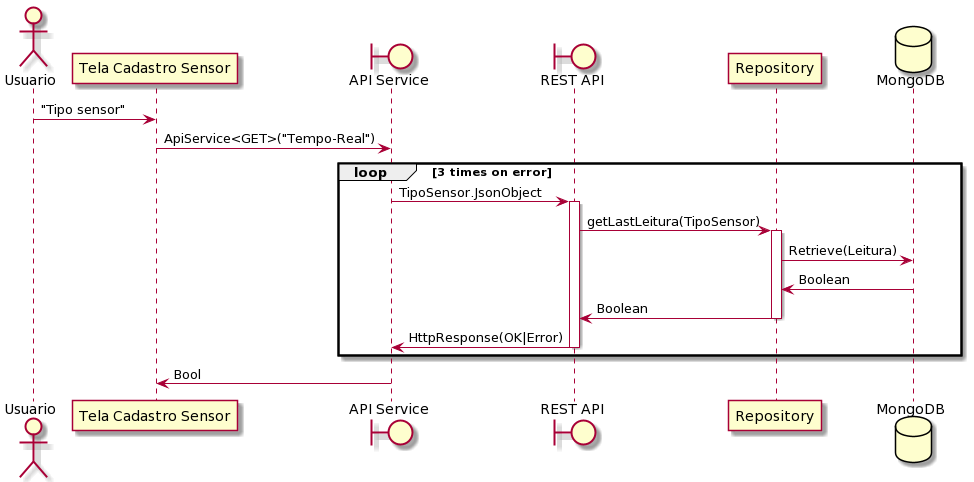
Above: public_html/grupo-06/diagrama-de-sequencia/exibirUltimoValorSensorSequencia.png in JuliaOP/SOO_Template_Grupo06 (PlantUML), before the change. Its diagram source:
```plantuml
@startuml
actor Usuario
Usuario -> "Tela Cadastro Sensor": "Tipo sensor"
boundary "API Service"
"Tela Cadastro Sensor" -> "API Service": ApiService<GET>("Tempo-Real")
boundary "REST API"
loop 3 times on error
"API Service" -> "REST API": TipoSensor.JsonObject
activate "REST API"
"REST API" -> Repository: getLastLeitura(TipoSensor)
database MongoDB
activate Repository
Repository -> MongoDB: Retrieve(Leitura)
MongoDB -> Repository: Boolean
Repository -> "REST API": Boolean
deactivate Repository
"REST API" -> "API Service": HttpResponse(OK|Error)
deactivate "REST API"
end
"API Service" -> "Tela Cadastro Sensor": Bool
@enduml
```
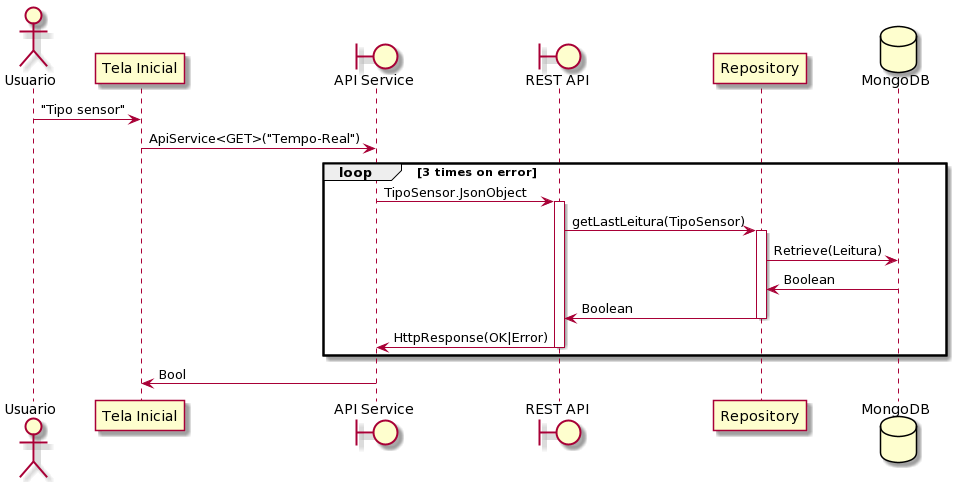
The same file after the commit.

What changed in the source:
```diff
@@ -1,8 +1,8 @@
 @startuml
 actor Usuario
-Usuario -> "Tela Cadastro Sensor": "Tipo sensor"
+Usuario -> "Tela Inicial": "Tipo sensor"
 boundary "API Service"
-"Tela Cadastro Sensor" -> "API Service": ApiService<GET>("Tempo-Real")
+"Tela Inicial" -> "API Service": ApiService<GET>("Tempo-Real")
 boundary "REST API"
 loop 3 times on error
 "API Service" -> "REST API": TipoSensor.JsonObject
@@ -17,5 +17,5 @@
 "REST API" -> "API Service": HttpResponse(OK|Error)
 deactivate "REST API"
 end
-"API Service" -> "Tela Cadastro Sensor": Bool
+"API Service" -> "Tela Inicial": Bool
 @enduml
```
